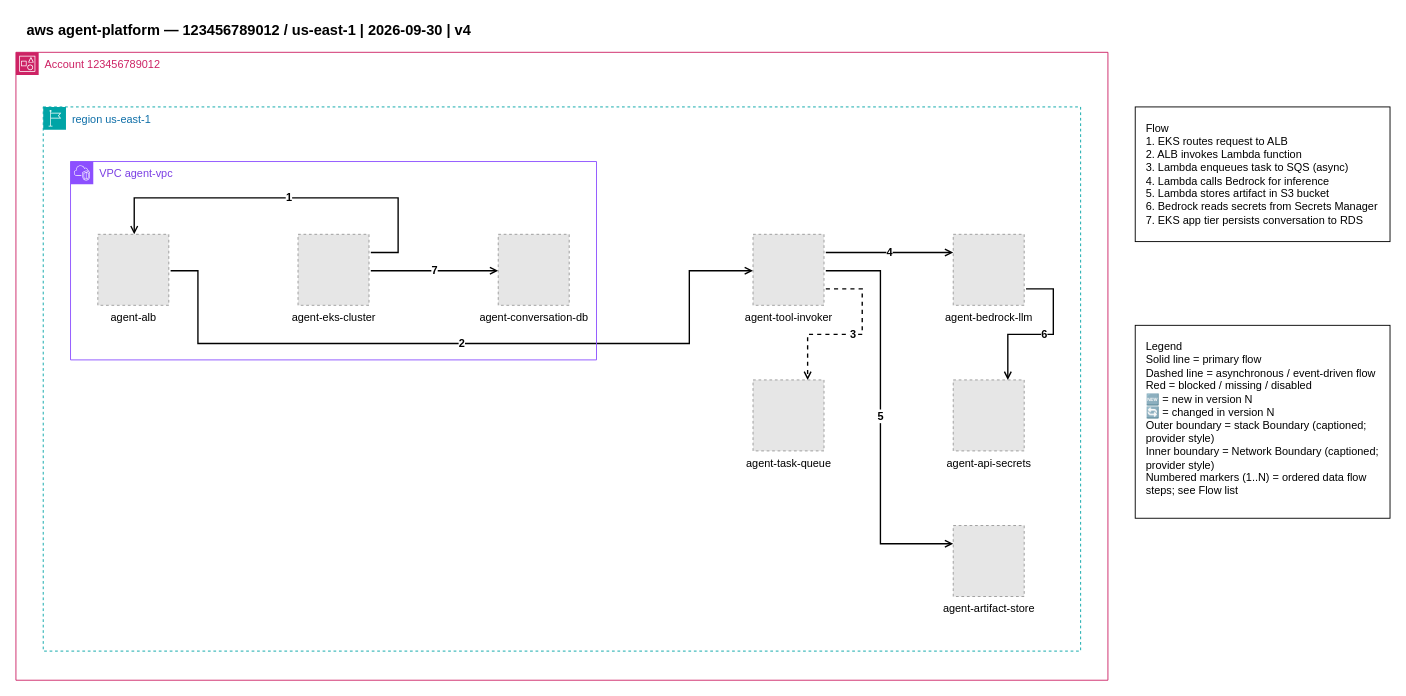
Above: examples/aws/01-aws-agent-platform.drawio in totoshko88/Cloud_Architecture (draw.io), before the change. Source tidied: cells renumbered, new cells numbered last; positions are measured from the earlier drawing's top-left corner, leaving out a move shared by most shapes. Both pictures are drawn from the tidied source at 91%, with x=0, y=0 at pixel (15, 15). Pictures stored in the file or linked from it are replaced by grey dashed boxes.
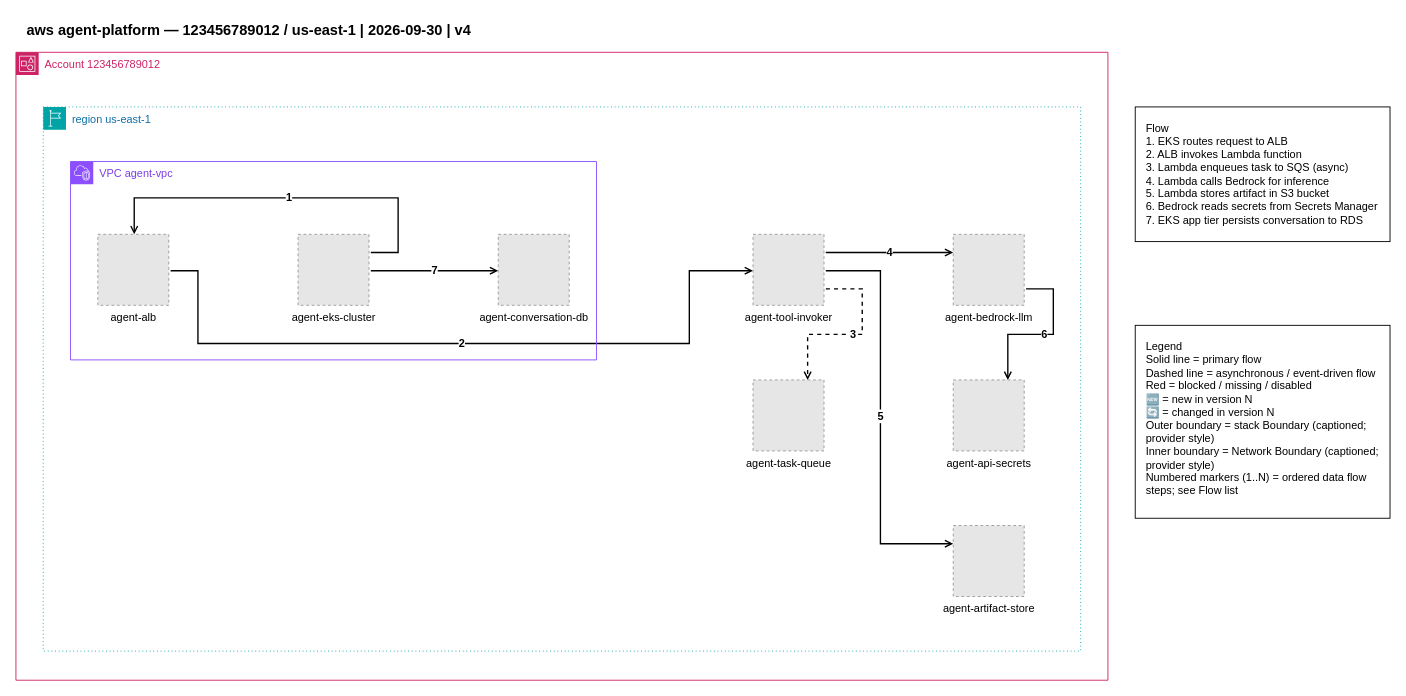
The same page after the edit.

The edit, as a diff of the source:
```diff
@@
-    <mxCell id="11" value="region us-east-1" style="shape=mxgraph.aws4.group;grIcon=mxgraph.aws4.group_region;grStroke=1;fillColor=none;strokeColor=#00A4A6;dashed=1;verticalAlign=top;align=left;spacingLeft=30;fontColor=#0F6FA8;fontSize=12;html=1;" parent="1" vertex="1">
+    <mxCell id="11" value="region us-east-1" style="shape=mxgraph.aws4.group;grIcon=mxgraph.aws4.group_region;grStroke=1;fillColor=none;strokeColor=#00A4A6;dashed=1;dashPattern=1 3;verticalAlign=top;align=left;spacingLeft=30;fontColor=#0F6FA8;fontSize=12;html=1;" parent="1" vertex="1">
       <mxGeometry x="30" y="100" width="1140" height="598" as="geometry" />
     </mxCell>
```
